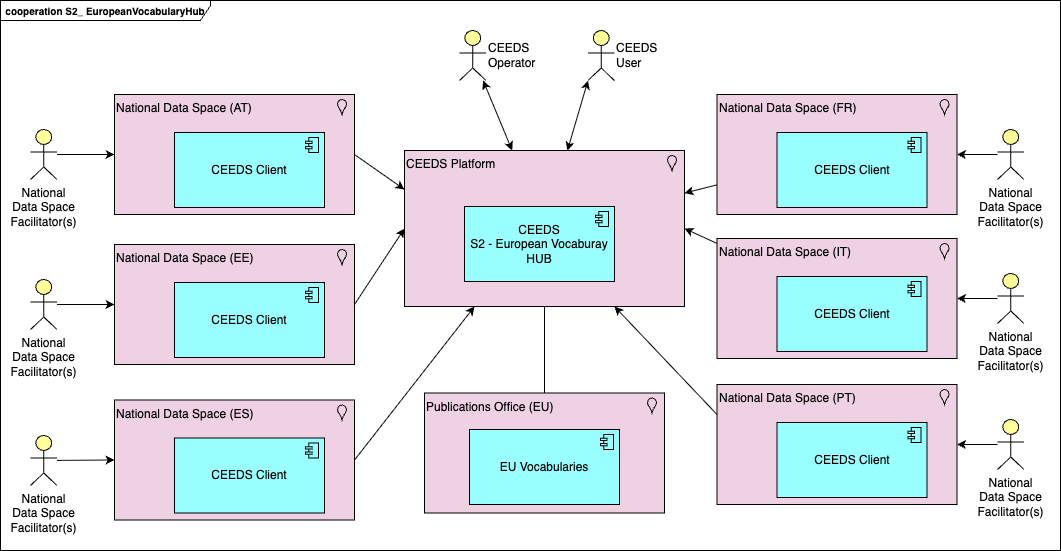
Above: docs/meta-level-operating-services/european-vocabulary-hub/cooperation-evh.drawio.png in INSIEME-Energy/architecture (draw.io), before the change. Source tidied: cells renumbered, new cells last; positions are measured from the earlier drawing's top-left corner, leaving out a move shared by most shapes.
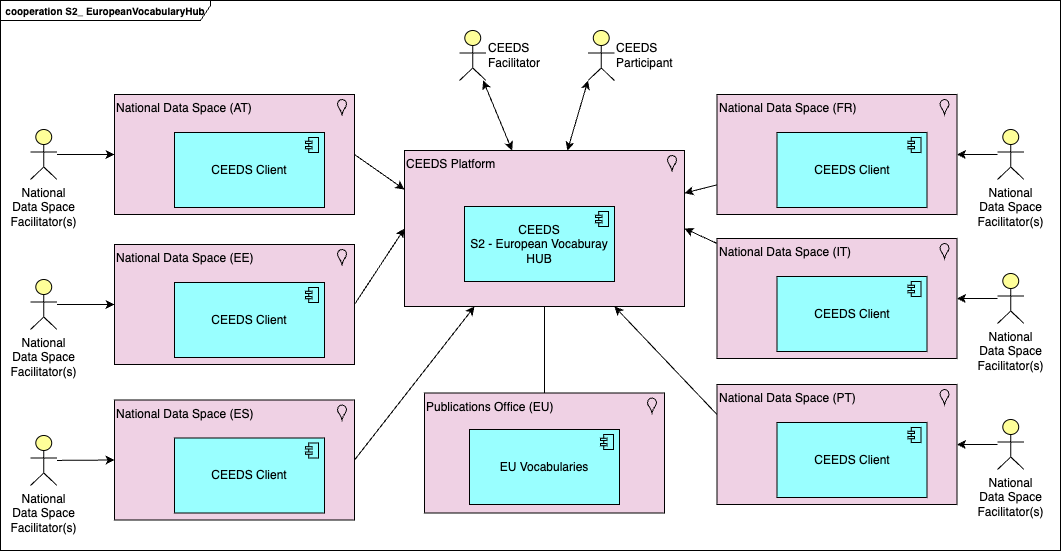
The same diagram one commit later.

The edit, as a diff of the source:
```diff
@@ -84,10 +84,10 @@
     <mxCell id="25" value="CEEDS&lt;br&gt;S2 - European Vocaburay HUB" style="html=1;whiteSpace=wrap;fillColor=#99ffff;shape=mxgraph.archimate3.application;appType=comp;archiType=square;" parent="2" vertex="1">
       <mxGeometry x="464" y="206" width="150" height="75" as="geometry" />
     </mxCell>
-    <mxCell id="26" value="CEEDS User" style="html=1;outlineConnect=0;whiteSpace=wrap;fillColor=#ffff99;verticalLabelPosition=middle;verticalAlign=middle;align=left;shape=mxgraph.archimate3.actor;labelPosition=right;" parent="2" vertex="1">
+    <mxCell id="26" value="CEEDS Participant" style="html=1;outlineConnect=0;whiteSpace=wrap;fillColor=#ffff99;verticalLabelPosition=middle;verticalAlign=middle;align=left;shape=mxgraph.archimate3.actor;labelPosition=right;" parent="2" vertex="1">
       <mxGeometry x="587.5" y="30" width="26.5" height="50" as="geometry" />
     </mxCell>
-    <mxCell id="27" value="CEEDS Operator" style="html=1;outlineConnect=0;whiteSpace=wrap;fillColor=#ffff99;verticalLabelPosition=middle;verticalAlign=middle;align=left;shape=mxgraph.archimate3.actor;labelPosition=right;" parent="2" vertex="1">
+    <mxCell id="27" value="CEEDS Facilitator" style="html=1;outlineConnect=0;whiteSpace=wrap;fillColor=#ffff99;verticalLabelPosition=middle;verticalAlign=middle;align=left;shape=mxgraph.archimate3.actor;labelPosition=right;" parent="2" vertex="1">
       <mxGeometry x="459" y="30" width="26.5" height="50" as="geometry" />
     </mxCell>
     <mxCell id="28" style="edgeStyle=none;html=1;entryX=0;entryY=1;entryDx=0;entryDy=0;entryPerimeter=0;startArrow=classic;startFill=1;" parent="2" edge="1" source="4" target="26">
```
